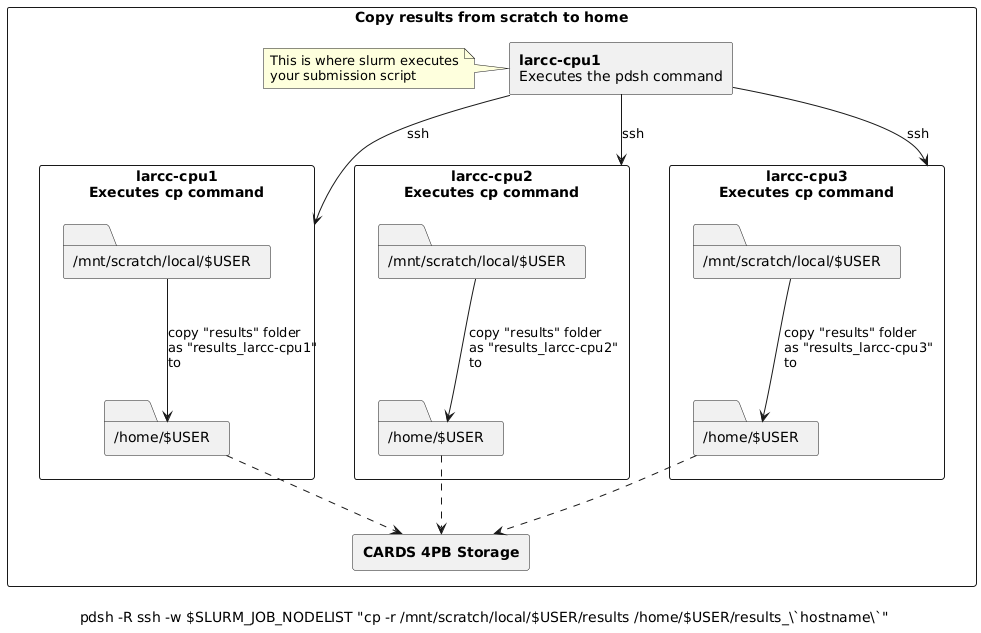
Earlier version of the PlantUML export guides/storage/images/pdsh_scratch_to_home.png (ularc/zurada). Its diagram source:
```plantuml
@startuml
rectangle "Copy results from scratch to home" {
caption \lpdsh -R ssh -w $SLURM_JOB_NODELIST "cp -r /mnt/scratch/local/$USER/results /home/$USER/results_\`hostname\`"
rectangle "<b>larcc-cpu1\nExecutes the pdsh command" as job_executor
note left
  This is where slurm executes
  your submission script
end note
rectangle "<b>CARDS 4PB Storage" as Shared

rectangle "<b>larcc-cpu1\nExecutes cp command" as Node1 {
  folder "/home/$USER" as Node1Home
  folder "/mnt/scratch/local/$USER" as Node1Scratch
}

rectangle "<b>larcc-cpu2\nExecutes cp command" as Node2 {
  folder "/home/$USER" as Node2Home
  folder "/mnt/scratch/local/$USER" as Node2Scratch
}
rectangle "<b>larcc-cpu3\nExecutes cp command" as Node3 {
  folder "/home/$USER" as Node3Home
  folder "/mnt/scratch/local/$USER" as Node3Scratch
}

job_executor -down-> Node1 : ssh
job_executor -down-> Node2 : ssh
job_executor -down-> Node3 : ssh

Node1Home <-up- Node1Scratch : \lcopy "results" folder\nas "results_larcc-cpu1"\nto
Node2Home <-up- Node2Scratch : \lcopy "results" folder\nas "results_larcc-cpu2"\nto
Node3Home <-up- Node3Scratch : \lcopy "results" folder\nas "results_larcc-cpu3"\nto

Node1Home -[dashed]down-> Shared
Node2Home -[dashed]down-> Shared
Node3Home -[dashed]down-> Shared
}
@enduml
```
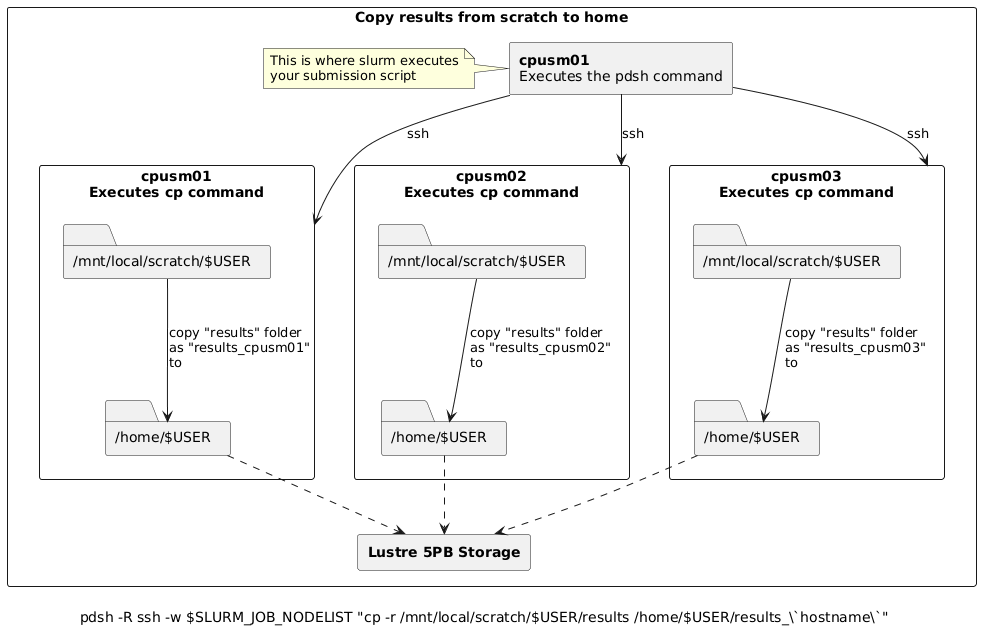
After the change.

Commit message:
fix storage guide diagrams to reflect Zurada

Diff of the diagram source:
```diff
@@ -1,34 +1,34 @@
 @startuml
 rectangle "Copy results from scratch to home" {
-caption \lpdsh -R ssh -w $SLURM_JOB_NODELIST "cp -r /mnt/scratch/local/$USER/results /home/$USER/results_\`hostname\`"
-rectangle "<b>larcc-cpu1\nExecutes the pdsh command" as job_executor
+caption \lpdsh -R ssh -w $SLURM_JOB_NODELIST "cp -r /mnt/local/scratch/$USER/results /home/$USER/results_\`hostname\`"
+rectangle "<b>cpusm01\nExecutes the pdsh command" as job_executor
 note left
   This is where slurm executes
   your submission script
 end note
-rectangle "<b>CARDS 4PB Storage" as Shared
+rectangle "<b>Lustre 5PB Storage" as Shared
 
-rectangle "<b>larcc-cpu1\nExecutes cp command" as Node1 {
+rectangle "<b>cpusm01\nExecutes cp command" as Node1 {
   folder "/home/$USER" as Node1Home
-  folder "/mnt/scratch/local/$USER" as Node1Scratch
+  folder "/mnt/local/scratch/$USER" as Node1Scratch
 }
 
-rectangle "<b>larcc-cpu2\nExecutes cp command" as Node2 {
+rectangle "<b>cpusm02\nExecutes cp command" as Node2 {
   folder "/home/$USER" as Node2Home
-  folder "/mnt/scratch/local/$USER" as Node2Scratch
+  folder "/mnt/local/scratch/$USER" as Node2Scratch
 }
-rectangle "<b>larcc-cpu3\nExecutes cp command" as Node3 {
+rectangle "<b>cpusm03\nExecutes cp command" as Node3 {
   folder "/home/$USER" as Node3Home
-  folder "/mnt/scratch/local/$USER" as Node3Scratch
+  folder "/mnt/local/scratch/$USER" as Node3Scratch
 }
 
 job_executor -down-> Node1 : ssh
 job_executor -down-> Node2 : ssh
 job_executor -down-> Node3 : ssh
 
-Node1Home <-up- Node1Scratch : \lcopy "results" folder\nas "results_larcc-cpu1"\nto
-Node2Home <-up- Node2Scratch : \lcopy "results" folder\nas "results_larcc-cpu2"\nto
-Node3Home <-up- Node3Scratch : \lcopy "results" folder\nas "results_larcc-cpu3"\nto
+Node1Home <-up- Node1Scratch : \lcopy "results" folder\nas "results_cpusm01"\nto
+Node2Home <-up- Node2Scratch : \lcopy "results" folder\nas "results_cpusm02"\nto
+Node3Home <-up- Node3Scratch : \lcopy "results" folder\nas "results_cpusm03"\nto
 
 Node1Home -[dashed]down-> Shared
 Node2Home -[dashed]down-> Shared
```
